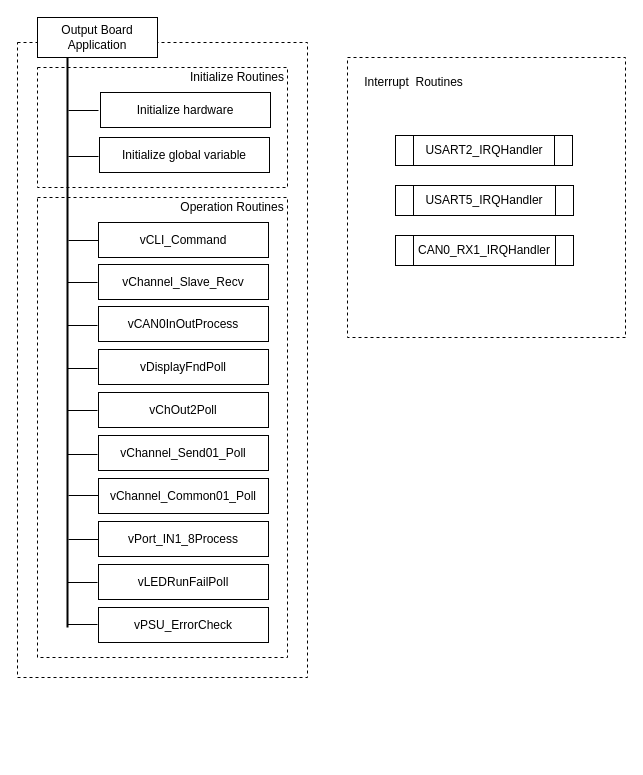
This is EABS/Document_Pack/Design/OUTPUT/eabs_output_hierarchy.drawio from chillin2/MyDraw.io, a draw.io file, before an edit. Source tidied: cells renumbered, new cells numbered last; positions are measured from the earlier drawing's top-left corner, leaving out a move shared by most shapes. Both pictures are drawn from the tidied source at 100%, with x=0, y=0 at pixel (17, 17).
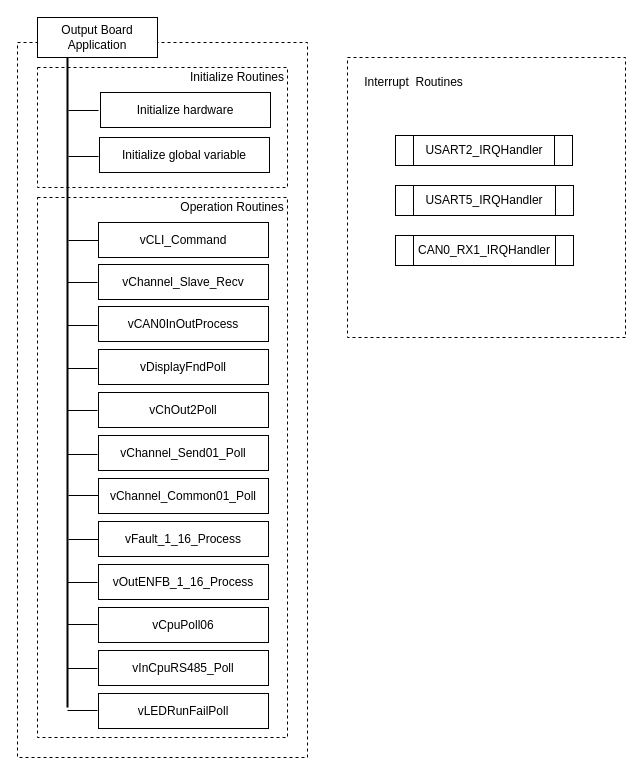
After the change.

Diff of the diagram source:
```diff
@@
     <mxCell id="2" style="rounded=0;whiteSpace=wrap;html=1;dashed=1;" parent="1" vertex="1">
-      <mxGeometry y="25" width="290" height="635" as="geometry" />
+      <mxGeometry y="25" width="290" height="715" as="geometry" />
     </mxCell>
     <mxCell id="3" style="rounded=0;whiteSpace=wrap;html=1;dashed=1;" parent="1" vertex="1">
-      <mxGeometry x="20" y="180" width="250" height="460" as="geometry" />
+      <mxGeometry x="20" y="180" width="250" height="540" as="geometry" />
     </mxCell>
@@
-    <mxCell id="17" value="vPort_IN1_8Process" style="rounded=0;whiteSpace=wrap;html=1;" parent="1" vertex="1">
+    <mxCell id="17" value="vFault_1_16_Process" style="rounded=0;whiteSpace=wrap;html=1;" parent="1" vertex="1">
       <mxGeometry x="81" y="504" width="170" height="35" as="geometry" />
     </mxCell>
-    <mxCell id="18" value="vLEDRunFailPoll" style="rounded=0;whiteSpace=wrap;html=1;" parent="1" vertex="1">
+    <mxCell id="18" value="vOutENFB_1_16_Process" style="rounded=0;whiteSpace=wrap;html=1;" parent="1" vertex="1">
       <mxGeometry x="81" y="547" width="170" height="35" as="geometry" />
     </mxCell>
-    <mxCell id="19" value="vPSU_ErrorCheck" style="rounded=0;whiteSpace=wrap;html=1;" parent="1" vertex="1">
+    <mxCell id="19" value="vCpuPoll06" style="rounded=0;whiteSpace=wrap;html=1;" parent="1" vertex="1">
       <mxGeometry x="81" y="590" width="170" height="35" as="geometry" />
     </mxCell>
@@
     <mxCell id="23" style="endArrow=none;html=1;rounded=0;entryX=0.25;entryY=1;entryDx=0;entryDy=0;strokeWidth=2;" parent="1" edge="1">
       <mxGeometry relative="1" as="geometry">
-        <mxPoint x="50" y="610" as="sourcePoint" />
+        <mxPoint x="50" y="690" as="sourcePoint" />
         <mxPoint x="50" y="40" as="targetPoint" />
       </mxGeometry>
     </mxCell>
@@
+    <mxCell id="38" value="vInCpuRS485_Poll" style="rounded=0;whiteSpace=wrap;html=1;" parent="1" vertex="1">
+      <mxGeometry x="81" y="633" width="170" height="35" as="geometry" />
+    </mxCell>
+    <mxCell id="39" value="vLEDRunFailPoll" style="rounded=0;whiteSpace=wrap;html=1;" parent="1" vertex="1">
+      <mxGeometry x="81" y="676" width="170" height="35" as="geometry" />
+    </mxCell>
+    <mxCell id="40" style="endArrow=none;html=1;rounded=0;" parent="1" edge="1">
+      <mxGeometry relative="1" as="geometry">
+        <mxPoint x="50" y="693" as="sourcePoint" />
+        <mxPoint x="80" y="693" as="targetPoint" />
+      </mxGeometry>
+    </mxCell>
+    <mxCell id="41" style="endArrow=none;html=1;rounded=0;" parent="1" edge="1">
+      <mxGeometry relative="1" as="geometry">
+        <mxPoint x="50" y="651" as="sourcePoint" />
+        <mxPoint x="80" y="651" as="targetPoint" />
+      </mxGeometry>
+    </mxCell>
```
